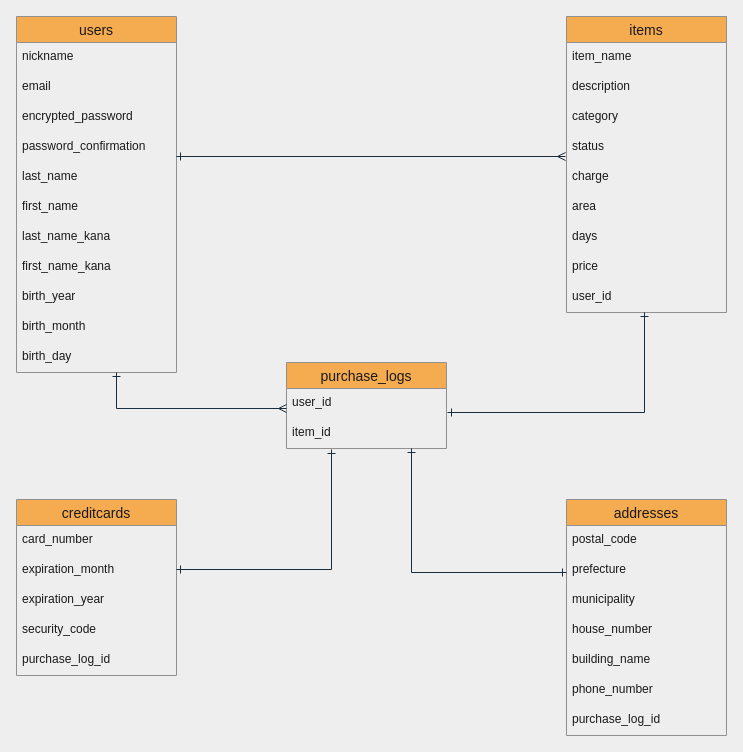
The draw.io diagram er_fig.dio in tekkotekko/furima-34327, before the edit. Source tidied: cells renumbered, new cells numbered last; positions are measured from the earlier drawing's top-left corner, leaving out a move shared by most shapes. Both pictures are drawn from the tidied source at 100%, with x=0, y=0 at pixel (16, 16).
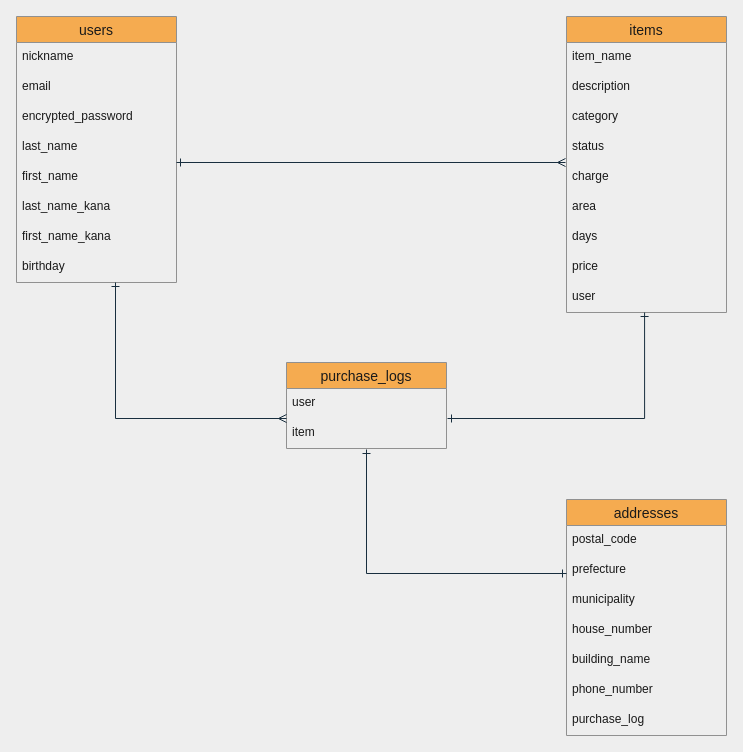
Above is the later version.

Unchanged cells that the change refers to:
```xml
<mxCell id="14" value="items" style="swimlane;fontStyle=0;horizontal=1;startSize=26;align=center;fontSize=14;fillColor=#F5AB50;strokeColor=#909090;fontColor=#1A1A1A;" parent="1" vertex="1">
  <mxGeometry x="550" width="160" height="296" as="geometry" />
</mxCell>
<mxCell id="18" value="status" style="text;strokeColor=none;fillColor=none;spacingLeft=4;spacingRight=4;overflow=hidden;points=[[0,0.5],[1,0.5]];portConstraint=eastwest;fontSize=12;fontColor=#1A1A1A;" parent="14" vertex="1">
  <mxGeometry y="116" width="160" height="30" as="geometry" />
</mxCell>
<mxCell id="24" value="purchase_logs" style="swimlane;fontStyle=0;horizontal=1;startSize=26;align=center;fontSize=14;fillColor=#F5AB50;strokeColor=#909090;fontColor=#1A1A1A;" parent="1" vertex="1">
  <mxGeometry x="270" y="346" width="160" height="86" as="geometry" />
</mxCell>
<mxCell id="33" value="addresses" style="swimlane;fontStyle=0;horizontal=1;startSize=26;align=center;fontSize=14;fillColor=#F5AB50;strokeColor=#909090;fontColor=#1A1A1A;" parent="1" vertex="1">
  <mxGeometry x="550" y="483" width="160" height="236" as="geometry" />
</mxCell>
```

What changed in the source:
```diff
@@
     <mxCell id="2" value="users" style="swimlane;fontStyle=0;horizontal=1;startSize=26;align=center;fontSize=14;fillColor=#F5AB50;strokeColor=#909090;fontColor=#1A1A1A;" parent="1" vertex="1">
-      <mxGeometry width="160" height="356" as="geometry" />
+      <mxGeometry width="160" height="266" as="geometry" />
     </mxCell>
@@
-    <mxCell id="6" value="password_confirmation" style="text;strokeColor=none;fillColor=none;spacingLeft=4;spacingRight=4;overflow=hidden;fontSize=12;fontColor=#1A1A1A;" parent="2" vertex="1">
-      <mxGeometry y="116" width="160" height="30" as="geometry" />
-    </mxCell>
     <mxCell id="7" value="last_name" style="text;strokeColor=none;fillColor=none;spacingLeft=4;spacingRight=4;overflow=hidden;fontSize=12;fontColor=#1A1A1A;" parent="2" vertex="1">
-      <mxGeometry y="146" width="160" height="30" as="geometry" />
+      <mxGeometry y="116" width="160" height="30" as="geometry" />
     </mxCell>
     <mxCell id="8" value="first_name" style="text;strokeColor=none;fillColor=none;spacingLeft=4;spacingRight=4;overflow=hidden;fontSize=12;fontColor=#1A1A1A;" parent="2" vertex="1">
-      <mxGeometry y="176" width="160" height="30" as="geometry" />
+      <mxGeometry y="146" width="160" height="30" as="geometry" />
     </mxCell>
     <mxCell id="9" value="last_name_kana" style="text;strokeColor=none;fillColor=none;spacingLeft=4;spacingRight=4;overflow=hidden;fontSize=12;fontColor=#1A1A1A;" parent="2" vertex="1">
-      <mxGeometry y="206" width="160" height="30" as="geometry" />
+      <mxGeometry y="176" width="160" height="30" as="geometry" />
     </mxCell>
     <mxCell id="10" value="first_name_kana" style="text;strokeColor=none;fillColor=none;spacingLeft=4;spacingRight=4;overflow=hidden;fontSize=12;fontColor=#1A1A1A;" parent="2" vertex="1">
-      <mxGeometry y="236" width="160" height="30" as="geometry" />
+      <mxGeometry y="206" width="160" height="30" as="geometry" />
     </mxCell>
-    <mxCell id="11" value="birth_year" style="text;strokeColor=none;fillColor=none;spacingLeft=4;spacingRight=4;overflow=hidden;fontSize=12;fontColor=#1A1A1A;" parent="2" vertex="1">
-      <mxGeometry y="266" width="160" height="30" as="geometry" />
+    <mxCell id="11" value="birthday" style="text;strokeColor=none;fillColor=none;spacingLeft=4;spacingRight=4;overflow=hidden;fontSize=12;fontColor=#1A1A1A;" parent="2" vertex="1">
+      <mxGeometry y="236" width="160" height="30" as="geometry" />
     </mxCell>
-    <mxCell id="12" value="birth_month&#10;" style="text;strokeColor=none;fillColor=none;spacingLeft=4;spacingRight=4;overflow=hidden;fontSize=12;fontColor=#1A1A1A;" parent="2" vertex="1">
-      <mxGeometry y="296" width="160" height="30" as="geometry" />
-    </mxCell>
-    <mxCell id="13" value="birth_day" style="text;strokeColor=none;fillColor=none;spacingLeft=4;spacingRight=4;overflow=hidden;fontSize=12;fontColor=#1A1A1A;" parent="2" vertex="1">
-      <mxGeometry y="326" width="160" height="30" as="geometry" />
-    </mxCell>
@@
-    <mxCell id="23" value="user_id" style="text;strokeColor=none;fillColor=none;spacingLeft=4;spacingRight=4;overflow=hidden;points=[[0,0.5],[1,0.5]];portConstraint=eastwest;fontSize=12;fontColor=#1A1A1A;" parent="14" vertex="1">
+    <mxCell id="23" value="user" style="text;strokeColor=none;fillColor=none;spacingLeft=4;spacingRight=4;overflow=hidden;points=[[0,0.5],[1,0.5]];portConstraint=eastwest;fontSize=12;fontColor=#1A1A1A;" parent="14" vertex="1">
       <mxGeometry y="266" width="160" height="30" as="geometry" />
     </mxCell>
@@
-    <mxCell id="25" value="user_id" style="text;strokeColor=none;fillColor=none;spacingLeft=4;spacingRight=4;overflow=hidden;fontSize=12;fontColor=#1A1A1A;" parent="24" vertex="1">
+    <mxCell id="25" value="user" style="text;strokeColor=none;fillColor=none;spacingLeft=4;spacingRight=4;overflow=hidden;fontSize=12;fontColor=#1A1A1A;" parent="24" vertex="1">
       <mxGeometry y="26" width="160" height="30" as="geometry" />
     </mxCell>
-    <mxCell id="26" value="item_id" style="text;strokeColor=none;fillColor=none;spacingLeft=4;spacingRight=4;overflow=hidden;fontSize=12;fontColor=#1A1A1A;" parent="24" vertex="1">
+    <mxCell id="26" value="item" style="text;strokeColor=none;fillColor=none;spacingLeft=4;spacingRight=4;overflow=hidden;fontSize=12;fontColor=#1A1A1A;" parent="24" vertex="1">
       <mxGeometry y="56" width="160" height="30" as="geometry" />
     </mxCell>
-    <mxCell id="27" value="creditcards" style="swimlane;fontStyle=0;horizontal=1;startSize=26;align=center;fontSize=14;fillColor=#F5AB50;strokeColor=#909090;fontColor=#1A1A1A;" parent="1" vertex="1">
-      <mxGeometry y="483" width="160" height="176" as="geometry" />
-    </mxCell>
-    <mxCell id="28" value="card_number" style="text;strokeColor=none;fillColor=none;spacingLeft=4;spacingRight=4;overflow=hidden;fontSize=12;fontColor=#1A1A1A;" parent="27" vertex="1">
-      <mxGeometry y="26" width="160" height="30" as="geometry" />
-    </mxCell>
-    <mxCell id="29" value="expiration_month" style="text;strokeColor=none;fillColor=none;spacingLeft=4;spacingRight=4;overflow=hidden;fontSize=12;fontColor=#1A1A1A;" parent="27" vertex="1">
-      <mxGeometry y="56" width="160" height="30" as="geometry" />
-    </mxCell>
-    <mxCell id="30" value="expiration_year" style="text;strokeColor=none;fillColor=none;spacingLeft=4;spacingRight=4;overflow=hidden;fontSize=12;fontColor=#1A1A1A;" parent="27" vertex="1">
-      <mxGeometry y="86" width="160" height="30" as="geometry" />
-    </mxCell>
-    <mxCell id="31" value="security_code" style="text;strokeColor=none;fillColor=none;spacingLeft=4;spacingRight=4;overflow=hidden;fontSize=12;fontColor=#1A1A1A;" parent="27" vertex="1">
-      <mxGeometry y="116" width="160" height="30" as="geometry" />
-    </mxCell>
-    <mxCell id="32" value="purchase_log_id" style="text;strokeColor=none;fillColor=none;spacingLeft=4;spacingRight=4;overflow=hidden;fontSize=12;fontColor=#1A1A1A;" parent="27" vertex="1">
-      <mxGeometry y="146" width="160" height="30" as="geometry" />
-    </mxCell>
@@
-    <mxCell id="40" value="purchase_log_id" style="text;strokeColor=none;fillColor=none;spacingLeft=4;spacingRight=4;overflow=hidden;fontSize=12;fontColor=#1A1A1A;" parent="33" vertex="1">
+    <mxCell id="40" value="purchase_log" style="text;strokeColor=none;fillColor=none;spacingLeft=4;spacingRight=4;overflow=hidden;fontSize=12;fontColor=#1A1A1A;" parent="33" vertex="1">
       <mxGeometry y="206" width="160" height="30" as="geometry" />
     </mxCell>
-    <mxCell id="41" style="endArrow=ERmany;html=1;rounded=0;entryX=-0.006;entryY=0.8;entryDx=0;entryDy=0;entryPerimeter=0;startArrow=ERone;startFill=0;endFill=0;strokeColor=#182E3E;fontColor=#1A1A1A;labelBackgroundColor=#EEEEEE;" parent="1" edge="1" target="18">
+    <mxCell id="41" style="endArrow=ERmany;html=1;rounded=0;entryX=-0.006;entryY=0.8;entryDx=0;entryDy=0;entryPerimeter=0;startArrow=ERone;startFill=0;endFill=0;strokeColor=#182E3E;fontColor=#1A1A1A;labelBackgroundColor=#EEEEEE;fontStyle=0;" parent="1" edge="1">
       <mxGeometry relative="1" as="geometry">
-        <mxPoint x="160" y="140" as="sourcePoint" />
+        <mxPoint x="160" y="146" as="sourcePoint" />
+        <mxPoint x="549" y="146" as="targetPoint" />
       </mxGeometry>
     </mxCell>
-    <mxCell id="42" style="endArrow=ERmany;html=1;rounded=0;edgeStyle=orthogonalEdgeStyle;startArrow=ERone;startFill=0;endFill=0;strokeColor=#182E3E;fontColor=#1A1A1A;labelBackgroundColor=#EEEEEE;" parent="1" edge="1">
+    <mxCell id="42" style="endArrow=ERmany;html=1;rounded=0;edgeStyle=orthogonalEdgeStyle;startArrow=ERone;startFill=0;endFill=0;strokeColor=#182E3E;fontColor=#1A1A1A;labelBackgroundColor=#EEEEEE;fontStyle=0;" parent="1" edge="1">
       <mxGeometry relative="1" as="geometry">
-        <mxPoint x="100" y="356" as="sourcePoint" />
-        <mxPoint x="270" y="392" as="targetPoint" />
+        <mxPoint x="99" y="266" as="sourcePoint" />
+        <mxPoint x="270" y="402" as="targetPoint" />
         <Array as="points">
-          <mxPoint x="100" y="392" />
-          <mxPoint x="270" y="392" />
+          <mxPoint x="99" y="402" />
         </Array>
       </mxGeometry>
     </mxCell>
-    <mxCell id="43" style="endArrow=ERone;html=1;rounded=0;edgeStyle=orthogonalEdgeStyle;startArrow=ERone;startFill=0;endFill=0;strokeColor=#182E3E;fontColor=#1A1A1A;labelBackgroundColor=#EEEEEE;" parent="1" edge="1" source="23">
+    <mxCell id="43" style="endArrow=ERone;html=1;rounded=0;edgeStyle=orthogonalEdgeStyle;startArrow=ERone;startFill=0;endFill=0;strokeColor=#182E3E;fontColor=#1A1A1A;labelBackgroundColor=#EEEEEE;fontStyle=0;exitX=0.488;exitY=1;exitDx=0;exitDy=0;exitPerimeter=0;" parent="1" edge="1" source="23">
       <mxGeometry relative="1" as="geometry">
-        <mxPoint x="431" y="396" as="targetPoint" />
+        <mxPoint x="431" y="402" as="targetPoint" />
         <Array as="points">
-          <mxPoint x="628" y="396" />
+          <mxPoint x="628" y="402" />
         </Array>
       </mxGeometry>
     </mxCell>
-    <mxCell id="44" style="endArrow=ERone;html=1;rounded=0;entryX=0.281;entryY=1.067;entryDx=0;entryDy=0;entryPerimeter=0;exitX=1;exitY=0.5;exitDx=0;exitDy=0;startArrow=ERone;startFill=0;endFill=0;strokeColor=#182E3E;fontColor=#1A1A1A;labelBackgroundColor=#EEEEEE;" parent="1" edge="1">
-      <mxGeometry relative="1" as="geometry">
-        <mxPoint x="160" y="553" as="sourcePoint" />
-        <mxPoint x="315" y="433" as="targetPoint" />
-        <Array as="points">
-          <mxPoint x="315" y="553" />
-        </Array>
-      </mxGeometry>
-    </mxCell>
-    <mxCell id="45" style="endArrow=ERone;html=1;rounded=0;entryX=0.281;entryY=1.067;entryDx=0;entryDy=0;entryPerimeter=0;startArrow=ERone;startFill=0;endFill=0;strokeColor=#182E3E;fontColor=#1A1A1A;labelBackgroundColor=#EEEEEE;" parent="1" edge="1">
+    <mxCell id="45" style="endArrow=ERone;html=1;rounded=0;entryX=0.281;entryY=1.067;entryDx=0;entryDy=0;entryPerimeter=0;startArrow=ERone;startFill=0;endFill=0;strokeColor=#182E3E;fontColor=#1A1A1A;labelBackgroundColor=#EEEEEE;fontStyle=0;" parent="1" edge="1">
       <mxGeometry relative="1" as="geometry">
-        <mxPoint x="550" y="556" as="sourcePoint" />
-        <mxPoint x="395" y="432" as="targetPoint" />
+        <mxPoint x="550" y="557" as="sourcePoint" />
+        <mxPoint x="350" y="433" as="targetPoint" />
         <Array as="points">
-          <mxPoint x="395" y="556" />
+          <mxPoint x="350" y="557" />
         </Array>
       </mxGeometry>
     </mxCell>
```
